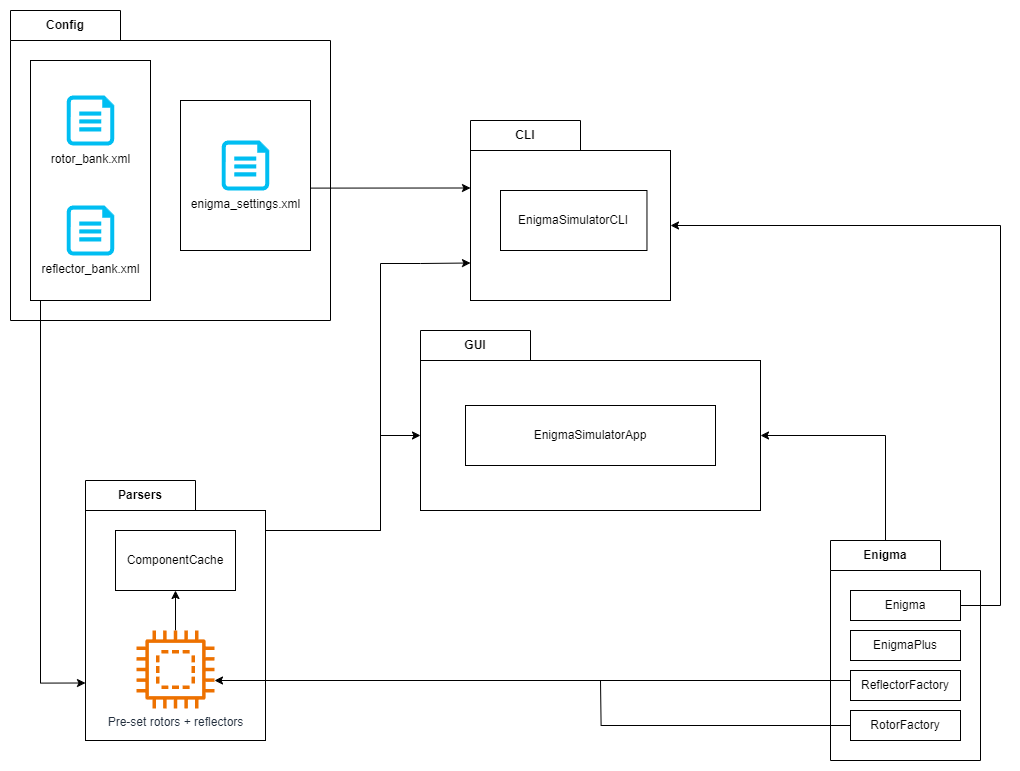
The draw.io diagram docs/images/Package Overview.png in elliot-brooks/enigma-simulator, before a commit. Source tidied: cells renumbered, new cells last; positions are measured from the earlier drawing's top-left corner, leaving out a move shared by most shapes.
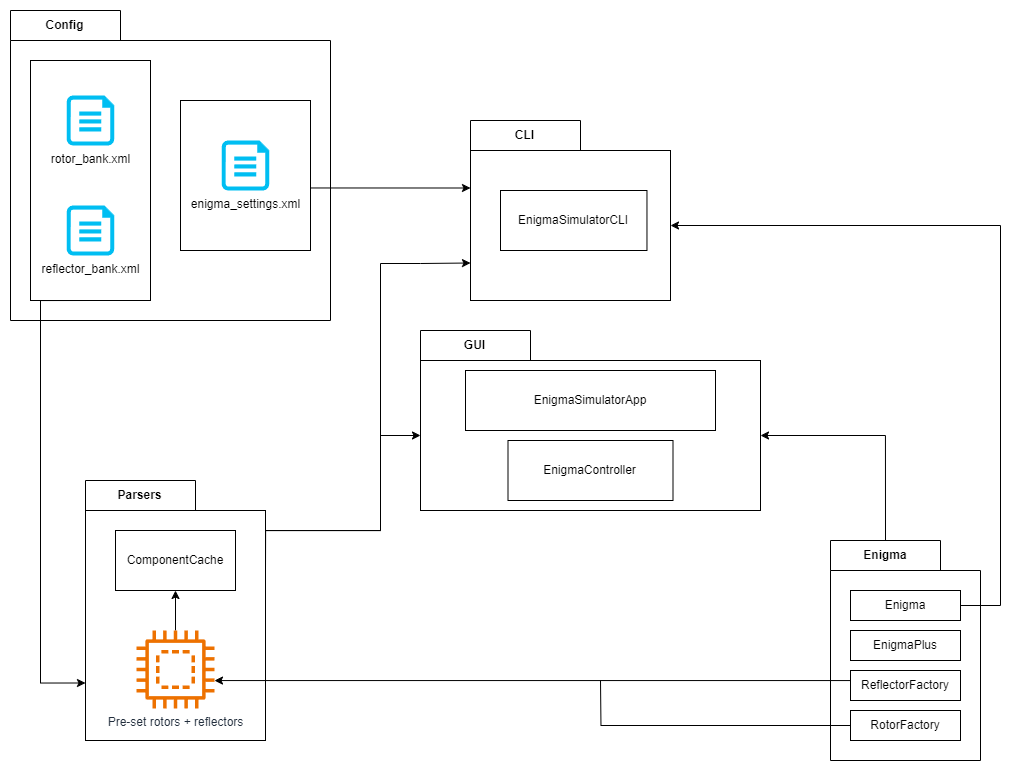
After the change.

What changed in the source:
```diff
@@ -69,8 +69,11 @@
       <mxGeometry width="340" height="150" as="geometry" />
     </mxCell>
     <mxCell id="19" value="EnigmaSimulatorApp" style="rounded=0;whiteSpace=wrap;html=1;" parent="17" vertex="1">
-      <mxGeometry x="45" y="45" width="250" height="60" as="geometry" />
+      <mxGeometry x="45" y="10" width="250" height="60" as="geometry" />
     </mxCell>
+    <mxCell id="38" value="EnigmaController" style="rounded=0;whiteSpace=wrap;html=1;" parent="17" vertex="1">
+      <mxGeometry x="87.5" y="80" width="165" height="60" as="geometry" />
+    </mxCell>
     <mxCell id="20" style="group;" parent="1" vertex="1">
       <mxGeometry y="450" width="320" height="280" as="geometry" />
     </mxCell>
```
